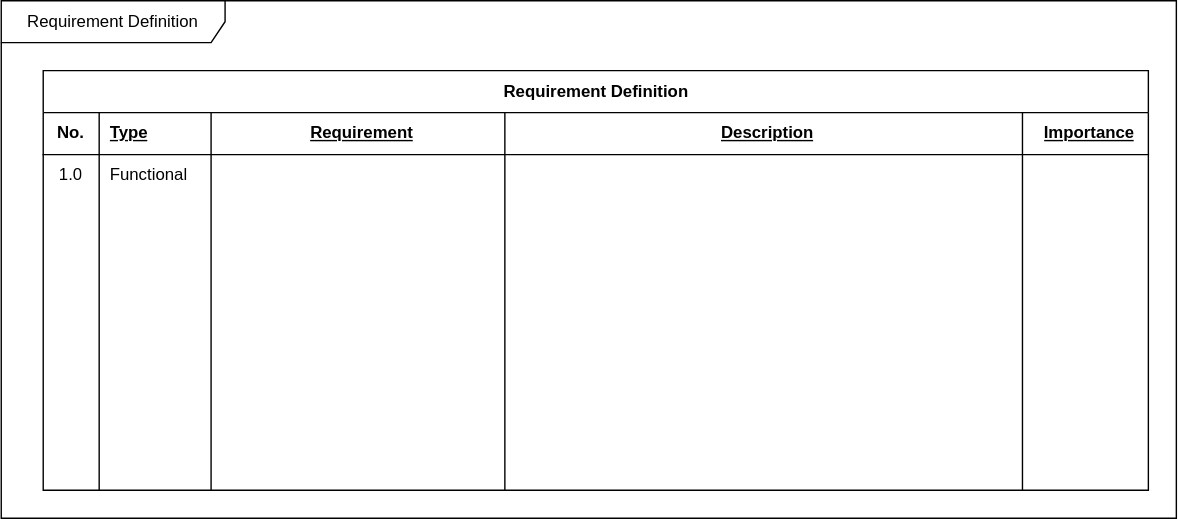
Earlier version of the draw.io export Document/RequirementDefinition.svg (cjungwo/Weadinator). Source tidied: cells renumbered, new cells last; positions are measured from the earlier drawing's top-left corner, leaving out a move shared by most shapes.
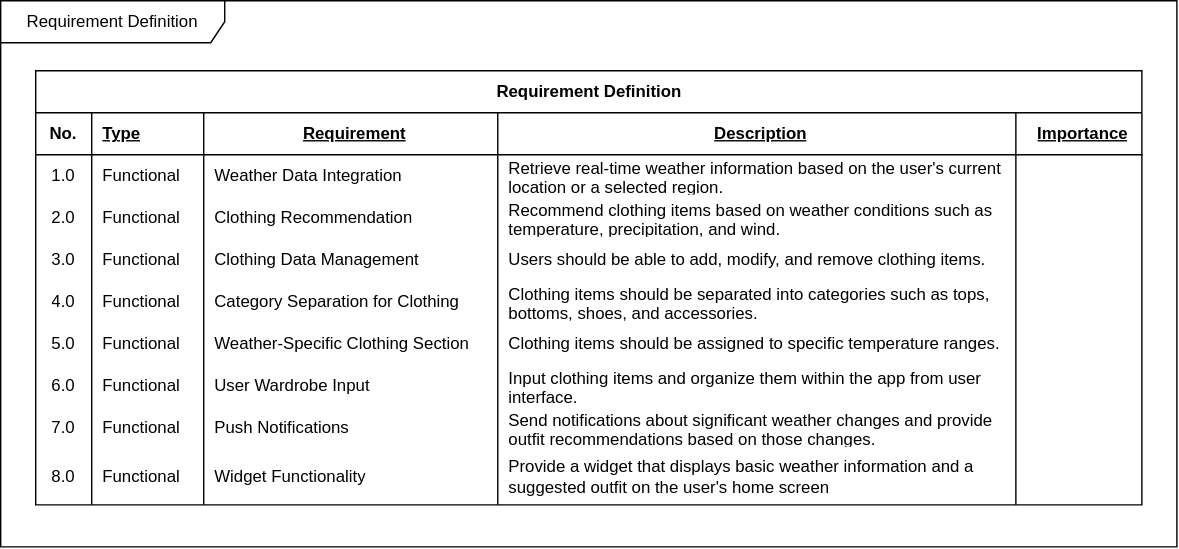
After the change.

What changed in the source:
```diff
@@ -3,10 +3,10 @@
     <mxCell id="0" />
     <mxCell id="1" parent="0" />
     <mxCell id="2" value="Requirement Definition" style="shape=umlFrame;whiteSpace=wrap;html=1;width=160;height=30;" parent="1" vertex="1">
-      <mxGeometry width="840" height="370" as="geometry" />
+      <mxGeometry width="840" height="390" as="geometry" />
     </mxCell>
     <mxCell id="3" value="Requirement Definition" style="shape=table;startSize=30;rowLines=0;fontStyle=1;align=center;html=1;" parent="2" vertex="1">
-      <mxGeometry x="30" y="50" width="790" height="300" as="geometry" />
+      <mxGeometry x="25" y="50" width="790" height="310" as="geometry" />
     </mxCell>
     <mxCell id="4" style="shape=tableRow;horizontal=0;startSize=0;swimlaneHead=0;swimlaneBody=0;fillColor=none;top=0;left=0;right=0;bottom=1;" parent="3" vertex="1">
       <mxGeometry y="30" width="790" height="30" as="geometry" />
@@ -35,10 +35,10 @@
     <mxCell id="12" value="Functional" style="shape=partialRectangle;fillColor=none;top=0;left=0;bottom=0;right=0;align=left;spacingLeft=6;overflow=hidden;whiteSpace=wrap;html=1;" parent="10" vertex="1">
       <mxGeometry x="40" width="80" height="30" as="geometry" />
     </mxCell>
-    <mxCell id="13" style="shape=partialRectangle;fillColor=none;top=0;left=0;bottom=0;right=0;align=left;spacingLeft=6;overflow=hidden;whiteSpace=wrap;html=1;" parent="10" vertex="1">
+    <mxCell id="13" value="Weather Data Integration" style="shape=partialRectangle;fillColor=none;top=0;left=0;bottom=0;right=0;align=left;spacingLeft=6;overflow=hidden;whiteSpace=wrap;html=1;" parent="10" vertex="1">
       <mxGeometry x="120" width="210" height="30" as="geometry" />
     </mxCell>
-    <mxCell id="14" style="shape=partialRectangle;fillColor=none;top=0;left=0;bottom=0;right=0;align=left;spacingLeft=6;overflow=hidden;whiteSpace=wrap;html=1;" parent="10" vertex="1">
+    <mxCell id="14" value="Retrieve real-time weather information based on the user's current location or a selected region." style="shape=partialRectangle;fillColor=none;top=0;left=0;bottom=0;right=0;align=left;spacingLeft=6;overflow=hidden;whiteSpace=wrap;html=1;" parent="10" vertex="1">
       <mxGeometry x="330" width="370" height="30" as="geometry" />
     </mxCell>
     <mxCell id="15" style="shape=partialRectangle;fillColor=none;top=0;left=0;bottom=0;right=0;align=left;spacingLeft=6;overflow=hidden;whiteSpace=wrap;html=1;" parent="10" vertex="1">
@@ -47,16 +47,16 @@
     <mxCell id="16" style="shape=tableRow;horizontal=0;startSize=0;swimlaneHead=0;swimlaneBody=0;fillColor=none;top=0;left=0;right=0;bottom=0;" parent="3" vertex="1">
       <mxGeometry y="90" width="790" height="30" as="geometry" />
     </mxCell>
-    <mxCell id="17" style="shape=partialRectangle;fillColor=none;top=0;left=0;bottom=0;right=0;overflow=hidden;whiteSpace=wrap;html=1;" parent="16" vertex="1">
+    <mxCell id="17" value="2.0" style="shape=partialRectangle;fillColor=none;top=0;left=0;bottom=0;right=0;overflow=hidden;whiteSpace=wrap;html=1;" parent="16" vertex="1">
       <mxGeometry width="40" height="30" as="geometry" />
     </mxCell>
-    <mxCell id="18" style="shape=partialRectangle;fillColor=none;top=0;left=0;bottom=0;right=0;align=left;spacingLeft=6;overflow=hidden;whiteSpace=wrap;html=1;" parent="16" vertex="1">
+    <mxCell id="18" value="Functional" style="shape=partialRectangle;fillColor=none;top=0;left=0;bottom=0;right=0;align=left;spacingLeft=6;overflow=hidden;whiteSpace=wrap;html=1;" parent="16" vertex="1">
       <mxGeometry x="40" width="80" height="30" as="geometry" />
     </mxCell>
-    <mxCell id="19" style="shape=partialRectangle;fillColor=none;top=0;left=0;bottom=0;right=0;align=left;spacingLeft=6;overflow=hidden;whiteSpace=wrap;html=1;" parent="16" vertex="1">
+    <mxCell id="19" value="Clothing Recommendation" style="shape=partialRectangle;fillColor=none;top=0;left=0;bottom=0;right=0;align=left;spacingLeft=6;overflow=hidden;whiteSpace=wrap;html=1;" parent="16" vertex="1">
       <mxGeometry x="120" width="210" height="30" as="geometry" />
     </mxCell>
-    <mxCell id="20" style="shape=partialRectangle;fillColor=none;top=0;left=0;bottom=0;right=0;align=left;spacingLeft=6;overflow=hidden;whiteSpace=wrap;html=1;" parent="16" vertex="1">
+    <mxCell id="20" value="Recommend clothing items based on weather conditions such as temperature, precipitation, and wind." style="shape=partialRectangle;fillColor=none;top=0;left=0;bottom=0;right=0;align=left;spacingLeft=6;overflow=hidden;whiteSpace=wrap;html=1;" parent="16" vertex="1">
       <mxGeometry x="330" width="370" height="30" as="geometry" />
     </mxCell>
     <mxCell id="21" style="shape=partialRectangle;fillColor=none;top=0;left=0;bottom=0;right=0;align=left;spacingLeft=6;overflow=hidden;whiteSpace=wrap;html=1;" parent="16" vertex="1">
@@ -65,16 +65,16 @@
     <mxCell id="22" style="shape=tableRow;horizontal=0;startSize=0;swimlaneHead=0;swimlaneBody=0;fillColor=none;top=0;left=0;right=0;bottom=0;" parent="3" vertex="1">
       <mxGeometry y="120" width="790" height="30" as="geometry" />
     </mxCell>
-    <mxCell id="23" style="shape=partialRectangle;fillColor=none;top=0;left=0;bottom=0;right=0;overflow=hidden;whiteSpace=wrap;html=1;" parent="22" vertex="1">
+    <mxCell id="23" value="3.0" style="shape=partialRectangle;fillColor=none;top=0;left=0;bottom=0;right=0;overflow=hidden;whiteSpace=wrap;html=1;" parent="22" vertex="1">
       <mxGeometry width="40" height="30" as="geometry" />
     </mxCell>
-    <mxCell id="24" style="shape=partialRectangle;fillColor=none;top=0;left=0;bottom=0;right=0;align=left;spacingLeft=6;overflow=hidden;whiteSpace=wrap;html=1;" parent="22" vertex="1">
+    <mxCell id="24" value="Functional" style="shape=partialRectangle;fillColor=none;top=0;left=0;bottom=0;right=0;align=left;spacingLeft=6;overflow=hidden;whiteSpace=wrap;html=1;" parent="22" vertex="1">
       <mxGeometry x="40" width="80" height="30" as="geometry" />
     </mxCell>
-    <mxCell id="25" style="shape=partialRectangle;fillColor=none;top=0;left=0;bottom=0;right=0;align=left;spacingLeft=6;overflow=hidden;whiteSpace=wrap;html=1;" parent="22" vertex="1">
+    <mxCell id="25" value="Clothing Data Management" style="shape=partialRectangle;fillColor=none;top=0;left=0;bottom=0;right=0;align=left;spacingLeft=6;overflow=hidden;whiteSpace=wrap;html=1;" parent="22" vertex="1">
       <mxGeometry x="120" width="210" height="30" as="geometry" />
     </mxCell>
-    <mxCell id="26" style="shape=partialRectangle;fillColor=none;top=0;left=0;bottom=0;right=0;align=left;spacingLeft=6;overflow=hidden;whiteSpace=wrap;html=1;" parent="22" vertex="1">
+    <mxCell id="26" value="Users should be able to add, modify, and remove clothing items." style="shape=partialRectangle;fillColor=none;top=0;left=0;bottom=0;right=0;align=left;spacingLeft=6;overflow=hidden;whiteSpace=wrap;html=1;" parent="22" vertex="1">
       <mxGeometry x="330" width="370" height="30" as="geometry" />
     </mxCell>
     <mxCell id="27" style="shape=partialRectangle;fillColor=none;top=0;left=0;bottom=0;right=0;align=left;spacingLeft=6;overflow=hidden;whiteSpace=wrap;html=1;" parent="22" vertex="1">
@@ -83,16 +83,16 @@
     <mxCell id="28" style="shape=tableRow;horizontal=0;startSize=0;swimlaneHead=0;swimlaneBody=0;fillColor=none;top=0;left=0;right=0;bottom=0;" parent="3" vertex="1">
       <mxGeometry y="150" width="790" height="30" as="geometry" />
     </mxCell>
-    <mxCell id="29" style="shape=partialRectangle;fillColor=none;top=0;left=0;bottom=0;right=0;overflow=hidden;whiteSpace=wrap;html=1;" parent="28" vertex="1">
+    <mxCell id="29" value="4.0" style="shape=partialRectangle;fillColor=none;top=0;left=0;bottom=0;right=0;overflow=hidden;whiteSpace=wrap;html=1;" parent="28" vertex="1">
       <mxGeometry width="40" height="30" as="geometry" />
     </mxCell>
-    <mxCell id="30" style="shape=partialRectangle;fillColor=none;top=0;left=0;bottom=0;right=0;align=left;spacingLeft=6;overflow=hidden;whiteSpace=wrap;html=1;" parent="28" vertex="1">
+    <mxCell id="30" value="Functional" style="shape=partialRectangle;fillColor=none;top=0;left=0;bottom=0;right=0;align=left;spacingLeft=6;overflow=hidden;whiteSpace=wrap;html=1;" parent="28" vertex="1">
       <mxGeometry x="40" width="80" height="30" as="geometry" />
     </mxCell>
-    <mxCell id="31" style="shape=partialRectangle;fillColor=none;top=0;left=0;bottom=0;right=0;align=left;spacingLeft=6;overflow=hidden;whiteSpace=wrap;html=1;" parent="28" vertex="1">
+    <mxCell id="31" value="Category Separation for Clothing" style="shape=partialRectangle;fillColor=none;top=0;left=0;bottom=0;right=0;align=left;spacingLeft=6;overflow=hidden;whiteSpace=wrap;html=1;" parent="28" vertex="1">
       <mxGeometry x="120" width="210" height="30" as="geometry" />
     </mxCell>
-    <mxCell id="32" style="shape=partialRectangle;fillColor=none;top=0;left=0;bottom=0;right=0;align=left;spacingLeft=6;overflow=hidden;whiteSpace=wrap;html=1;" parent="28" vertex="1">
+    <mxCell id="32" value="Clothing items should be separated into categories such as tops, bottoms, shoes, and accessories." style="shape=partialRectangle;fillColor=none;top=0;left=0;bottom=0;right=0;align=left;spacingLeft=6;overflow=hidden;whiteSpace=wrap;html=1;" parent="28" vertex="1">
       <mxGeometry x="330" width="370" height="30" as="geometry" />
     </mxCell>
     <mxCell id="33" style="shape=partialRectangle;fillColor=none;top=0;left=0;bottom=0;right=0;align=left;spacingLeft=6;overflow=hidden;whiteSpace=wrap;html=1;" parent="28" vertex="1">
@@ -101,16 +101,16 @@
     <mxCell id="34" style="shape=tableRow;horizontal=0;startSize=0;swimlaneHead=0;swimlaneBody=0;fillColor=none;top=0;left=0;right=0;bottom=0;" parent="3" vertex="1">
       <mxGeometry y="180" width="790" height="30" as="geometry" />
     </mxCell>
-    <mxCell id="35" style="shape=partialRectangle;fillColor=none;top=0;left=0;bottom=0;right=0;overflow=hidden;whiteSpace=wrap;html=1;" parent="34" vertex="1">
+    <mxCell id="35" value="5.0" style="shape=partialRectangle;fillColor=none;top=0;left=0;bottom=0;right=0;overflow=hidden;whiteSpace=wrap;html=1;" parent="34" vertex="1">
       <mxGeometry width="40" height="30" as="geometry" />
     </mxCell>
-    <mxCell id="36" style="shape=partialRectangle;fillColor=none;top=0;left=0;bottom=0;right=0;align=left;spacingLeft=6;overflow=hidden;whiteSpace=wrap;html=1;" parent="34" vertex="1">
+    <mxCell id="36" value="Functional" style="shape=partialRectangle;fillColor=none;top=0;left=0;bottom=0;right=0;align=left;spacingLeft=6;overflow=hidden;whiteSpace=wrap;html=1;" parent="34" vertex="1">
       <mxGeometry x="40" width="80" height="30" as="geometry" />
     </mxCell>
-    <mxCell id="37" style="shape=partialRectangle;fillColor=none;top=0;left=0;bottom=0;right=0;align=left;spacingLeft=6;overflow=hidden;whiteSpace=wrap;html=1;" parent="34" vertex="1">
+    <mxCell id="37" value="Weather-Specific Clothing Section" style="shape=partialRectangle;fillColor=none;top=0;left=0;bottom=0;right=0;align=left;spacingLeft=6;overflow=hidden;whiteSpace=wrap;html=1;" parent="34" vertex="1">
       <mxGeometry x="120" width="210" height="30" as="geometry" />
     </mxCell>
-    <mxCell id="38" style="shape=partialRectangle;fillColor=none;top=0;left=0;bottom=0;right=0;align=left;spacingLeft=6;overflow=hidden;whiteSpace=wrap;html=1;" parent="34" vertex="1">
+    <mxCell id="38" value="Clothing items should be assigned to specific temperature ranges." style="shape=partialRectangle;fillColor=none;top=0;left=0;bottom=0;right=0;align=left;spacingLeft=6;overflow=hidden;whiteSpace=wrap;html=1;" parent="34" vertex="1">
       <mxGeometry x="330" width="370" height="30" as="geometry" />
     </mxCell>
     <mxCell id="39" style="shape=partialRectangle;fillColor=none;top=0;left=0;bottom=0;right=0;align=left;spacingLeft=6;overflow=hidden;whiteSpace=wrap;html=1;" parent="34" vertex="1">
@@ -119,16 +119,16 @@
     <mxCell id="40" style="shape=tableRow;horizontal=0;startSize=0;swimlaneHead=0;swimlaneBody=0;fillColor=none;top=0;left=0;right=0;bottom=0;" parent="3" vertex="1">
       <mxGeometry y="210" width="790" height="30" as="geometry" />
     </mxCell>
-    <mxCell id="41" style="shape=partialRectangle;fillColor=none;top=0;left=0;bottom=0;right=0;overflow=hidden;whiteSpace=wrap;html=1;" parent="40" vertex="1">
+    <mxCell id="41" value="6.0" style="shape=partialRectangle;fillColor=none;top=0;left=0;bottom=0;right=0;overflow=hidden;whiteSpace=wrap;html=1;" parent="40" vertex="1">
       <mxGeometry width="40" height="30" as="geometry" />
     </mxCell>
-    <mxCell id="42" style="shape=partialRectangle;fillColor=none;top=0;left=0;bottom=0;right=0;align=left;spacingLeft=6;overflow=hidden;whiteSpace=wrap;html=1;" parent="40" vertex="1">
+    <mxCell id="42" value="Functional" style="shape=partialRectangle;fillColor=none;top=0;left=0;bottom=0;right=0;align=left;spacingLeft=6;overflow=hidden;whiteSpace=wrap;html=1;" parent="40" vertex="1">
       <mxGeometry x="40" width="80" height="30" as="geometry" />
     </mxCell>
-    <mxCell id="43" style="shape=partialRectangle;fillColor=none;top=0;left=0;bottom=0;right=0;align=left;spacingLeft=6;overflow=hidden;whiteSpace=wrap;html=1;" parent="40" vertex="1">
+    <mxCell id="43" value="User Wardrobe Input" style="shape=partialRectangle;fillColor=none;top=0;left=0;bottom=0;right=0;align=left;spacingLeft=6;overflow=hidden;whiteSpace=wrap;html=1;" parent="40" vertex="1">
       <mxGeometry x="120" width="210" height="30" as="geometry" />
     </mxCell>
-    <mxCell id="44" style="shape=partialRectangle;fillColor=none;top=0;left=0;bottom=0;right=0;align=left;spacingLeft=6;overflow=hidden;whiteSpace=wrap;html=1;" parent="40" vertex="1">
+    <mxCell id="44" value="Input clothing items and organize them within the app from user interface." style="shape=partialRectangle;fillColor=none;top=0;left=0;bottom=0;right=0;align=left;spacingLeft=6;overflow=hidden;whiteSpace=wrap;html=1;" parent="40" vertex="1">
       <mxGeometry x="330" width="370" height="30" as="geometry" />
     </mxCell>
     <mxCell id="45" style="shape=partialRectangle;fillColor=none;top=0;left=0;bottom=0;right=0;align=left;spacingLeft=6;overflow=hidden;whiteSpace=wrap;html=1;" parent="40" vertex="1">
@@ -137,38 +137,38 @@
     <mxCell id="46" style="shape=tableRow;horizontal=0;startSize=0;swimlaneHead=0;swimlaneBody=0;fillColor=none;top=0;left=0;right=0;bottom=0;" parent="3" vertex="1">
       <mxGeometry y="240" width="790" height="30" as="geometry" />
     </mxCell>
-    <mxCell id="47" style="shape=partialRectangle;fillColor=none;top=0;left=0;bottom=0;right=0;overflow=hidden;whiteSpace=wrap;html=1;" parent="46" vertex="1">
+    <mxCell id="47" value="7.0" style="shape=partialRectangle;fillColor=none;top=0;left=0;bottom=0;right=0;overflow=hidden;whiteSpace=wrap;html=1;" parent="46" vertex="1">
       <mxGeometry width="40" height="30" as="geometry" />
     </mxCell>
-    <mxCell id="48" style="shape=partialRectangle;fillColor=none;top=0;left=0;bottom=0;right=0;align=left;spacingLeft=6;overflow=hidden;whiteSpace=wrap;html=1;" parent="46" vertex="1">
+    <mxCell id="48" value="Functional" style="shape=partialRectangle;fillColor=none;top=0;left=0;bottom=0;right=0;align=left;spacingLeft=6;overflow=hidden;whiteSpace=wrap;html=1;" parent="46" vertex="1">
       <mxGeometry x="40" width="80" height="30" as="geometry" />
     </mxCell>
-    <mxCell id="49" style="shape=partialRectangle;fillColor=none;top=0;left=0;bottom=0;right=0;align=left;spacingLeft=6;overflow=hidden;whiteSpace=wrap;html=1;" parent="46" vertex="1">
+    <mxCell id="49" value="Push Notifications" style="shape=partialRectangle;fillColor=none;top=0;left=0;bottom=0;right=0;align=left;spacingLeft=6;overflow=hidden;whiteSpace=wrap;html=1;" parent="46" vertex="1">
       <mxGeometry x="120" width="210" height="30" as="geometry" />
     </mxCell>
-    <mxCell id="50" style="shape=partialRectangle;fillColor=none;top=0;left=0;bottom=0;right=0;align=left;spacingLeft=6;overflow=hidden;whiteSpace=wrap;html=1;" parent="46" vertex="1">
+    <mxCell id="50" value="Send notifications about significant weather changes and provide outfit recommendations based on those changes." style="shape=partialRectangle;fillColor=none;top=0;left=0;bottom=0;right=0;align=left;spacingLeft=6;overflow=hidden;whiteSpace=wrap;html=1;" parent="46" vertex="1">
       <mxGeometry x="330" width="370" height="30" as="geometry" />
     </mxCell>
     <mxCell id="51" style="shape=partialRectangle;fillColor=none;top=0;left=0;bottom=0;right=0;align=left;spacingLeft=6;overflow=hidden;whiteSpace=wrap;html=1;" parent="46" vertex="1">
       <mxGeometry x="700" width="90" height="30" as="geometry" />
     </mxCell>
     <mxCell id="52" style="shape=tableRow;horizontal=0;startSize=0;swimlaneHead=0;swimlaneBody=0;fillColor=none;top=0;left=0;right=0;bottom=0;" parent="3" vertex="1">
-      <mxGeometry y="270" width="790" height="30" as="geometry" />
+      <mxGeometry y="270" width="790" height="40" as="geometry" />
     </mxCell>
-    <mxCell id="53" style="shape=partialRectangle;fillColor=none;top=0;left=0;bottom=0;right=0;overflow=hidden;whiteSpace=wrap;html=1;" parent="52" vertex="1">
-      <mxGeometry width="40" height="30" as="geometry" />
+    <mxCell id="53" value="8.0" style="shape=partialRectangle;fillColor=none;top=0;left=0;bottom=0;right=0;overflow=hidden;whiteSpace=wrap;html=1;" parent="52" vertex="1">
+      <mxGeometry width="40" height="40" as="geometry" />
     </mxCell>
-    <mxCell id="54" style="shape=partialRectangle;fillColor=none;top=0;left=0;bottom=0;right=0;align=left;spacingLeft=6;overflow=hidden;whiteSpace=wrap;html=1;" parent="52" vertex="1">
-      <mxGeometry x="40" width="80" height="30" as="geometry" />
+    <mxCell id="54" value="Functional" style="shape=partialRectangle;fillColor=none;top=0;left=0;bottom=0;right=0;align=left;spacingLeft=6;overflow=hidden;whiteSpace=wrap;html=1;" parent="52" vertex="1">
+      <mxGeometry x="40" width="80" height="40" as="geometry" />
     </mxCell>
-    <mxCell id="55" style="shape=partialRectangle;fillColor=none;top=0;left=0;bottom=0;right=0;align=left;spacingLeft=6;overflow=hidden;whiteSpace=wrap;html=1;" parent="52" vertex="1">
-      <mxGeometry x="120" width="210" height="30" as="geometry" />
+    <mxCell id="55" value="Widget Functionality" style="shape=partialRectangle;fillColor=none;top=0;left=0;bottom=0;right=0;align=left;spacingLeft=6;overflow=hidden;whiteSpace=wrap;html=1;" parent="52" vertex="1">
+      <mxGeometry x="120" width="210" height="40" as="geometry" />
     </mxCell>
-    <mxCell id="56" style="shape=partialRectangle;fillColor=none;top=0;left=0;bottom=0;right=0;align=left;spacingLeft=6;overflow=hidden;whiteSpace=wrap;html=1;" parent="52" vertex="1">
-      <mxGeometry x="330" width="370" height="30" as="geometry" />
+    <mxCell id="56" value="Provide a widget that displays basic weather information and a suggested outfit on the user's home screen" style="shape=partialRectangle;fillColor=none;top=0;left=0;bottom=0;right=0;align=left;spacingLeft=6;overflow=hidden;whiteSpace=wrap;html=1;" parent="52" vertex="1">
+      <mxGeometry x="330" width="370" height="40" as="geometry" />
     </mxCell>
     <mxCell id="57" style="shape=partialRectangle;fillColor=none;top=0;left=0;bottom=0;right=0;align=left;spacingLeft=6;overflow=hidden;whiteSpace=wrap;html=1;" parent="52" vertex="1">
-      <mxGeometry x="700" width="90" height="30" as="geometry" />
+      <mxGeometry x="700" width="90" height="40" as="geometry" />
     </mxCell>
   </root>
 </mxGraphModel>
```
